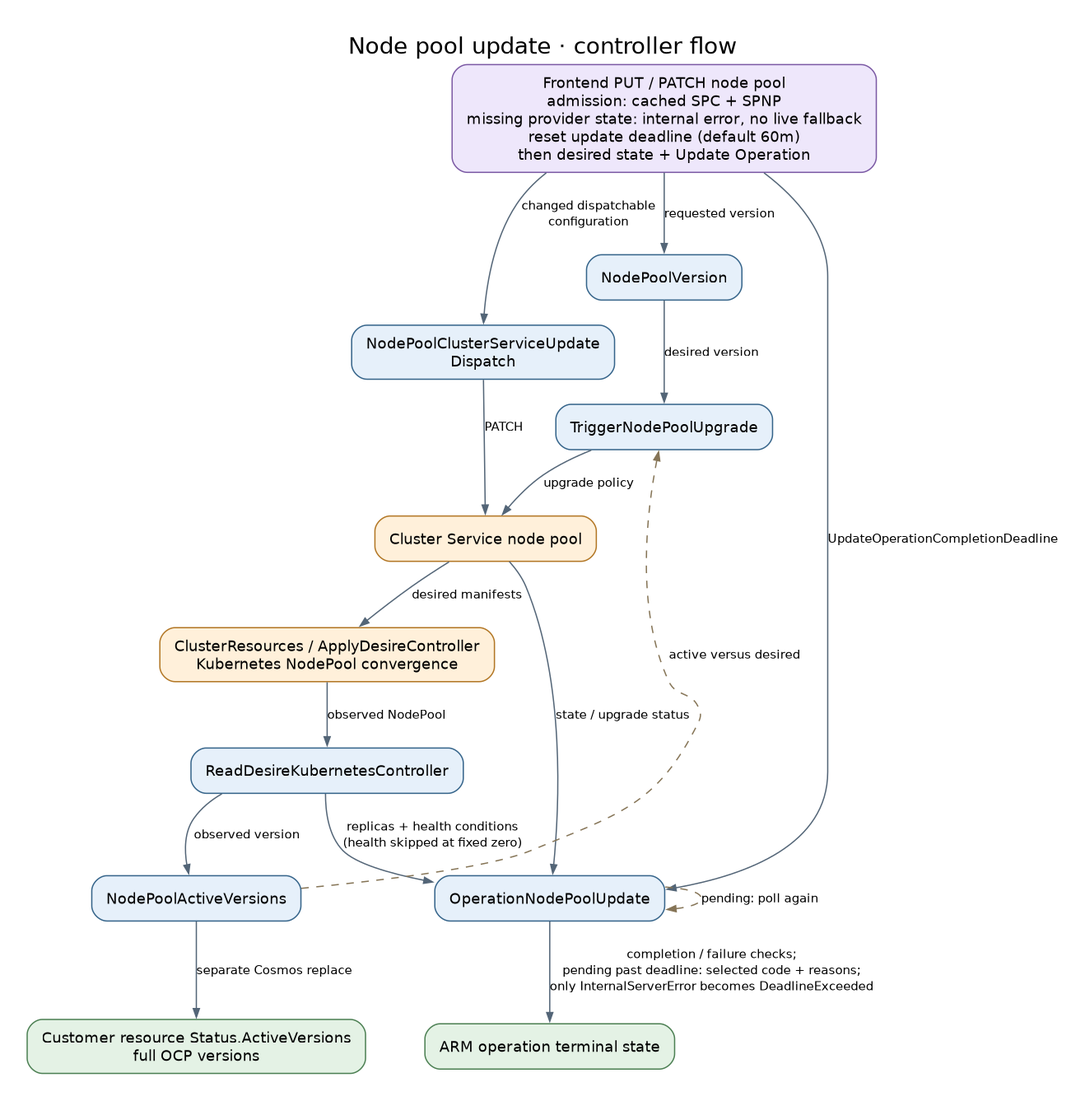
Before: docs/diagrams/controller-flows/nodepool-update.png, a diagram exported from Graphviz (Azure/ARO-HCP). Its source is kept beside it as docs/diagrams/controller-flows/nodepool-update.dot.
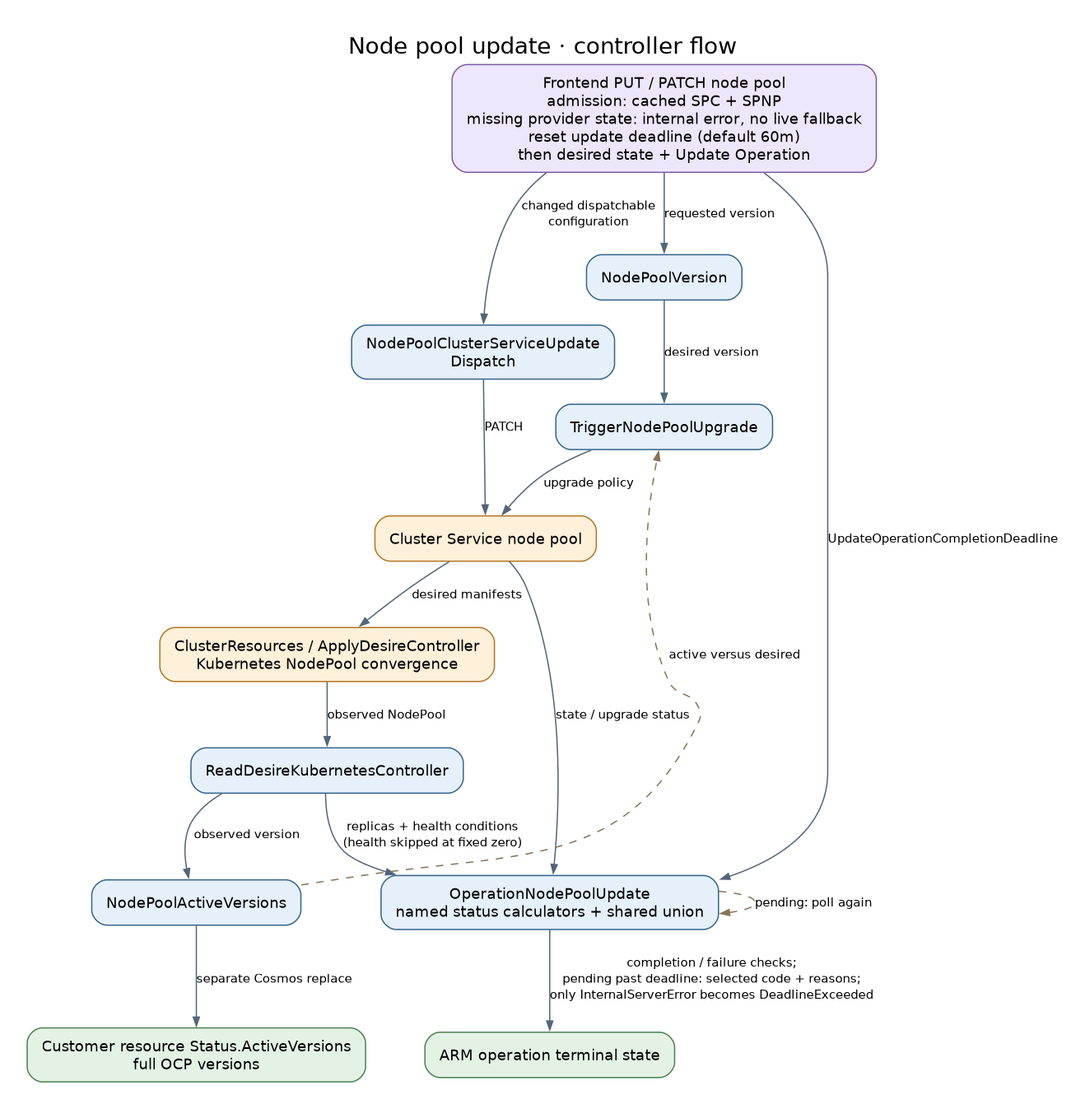
The same diagram one commit later.

The edit, as a diff of the source:
```diff
@@ -10,7 +10,7 @@
   kube [label="ClusterResources / ApplyDesireController\nKubernetes NodePool convergence", fillcolor="#fff0da", color="#b27624"];
   mirror [label="ReadDesireKubernetesController", fillcolor="#e6f0fa", color="#35648a"];
   active [label="NodePoolActiveVersions", fillcolor="#e6f0fa", color="#35648a"];
-  op [label="OperationNodePoolUpdate", fillcolor="#e6f0fa", color="#35648a"];
+  op [label="OperationNodePoolUpdate\nnamed status calculators + shared union", fillcolor="#e6f0fa", color="#35648a"];
   done [label="ARM operation terminal state", fillcolor="#e4f2e5", color="#4c8053"];
   api -> dispatch [label="changed dispatchable\nconfiguration"];
   api -> version [label="requested version"];
```
